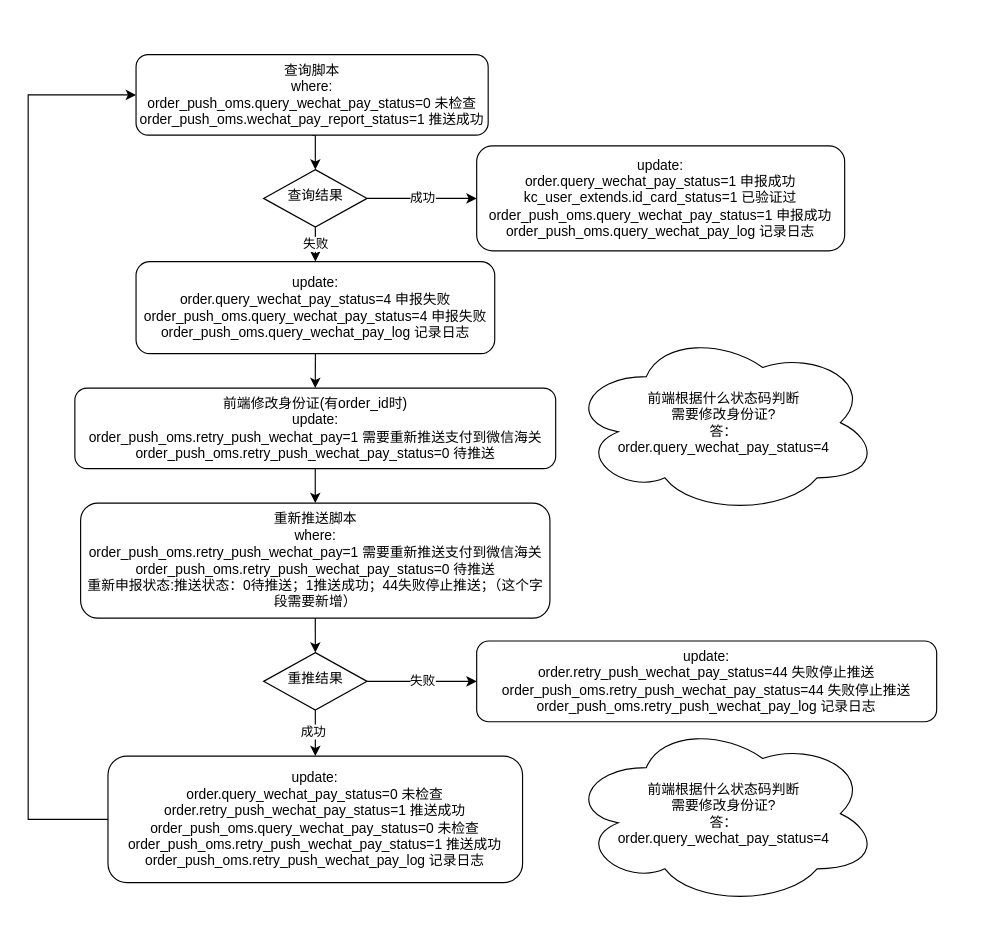
Above: 未命名绘图 的副本.drawio in chenlongqiang/draw.io (draw.io), before the change. Source tidied: cells renumbered, new cells numbered last; positions are measured from the earlier drawing's top-left corner, leaving out a move shared by most shapes. Both pictures are drawn from the tidied source at 115%, with x=0, y=0 at pixel (28, 54).
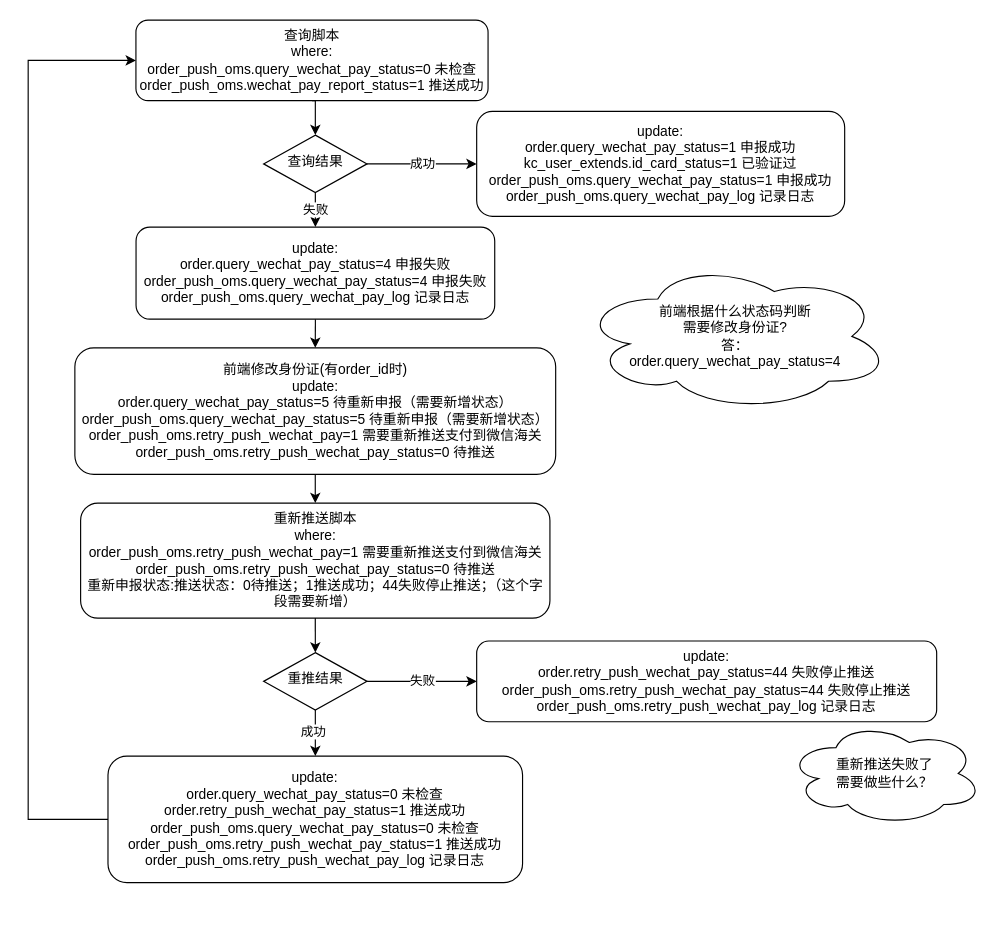
Above is the later version.

Commit message:
更新未命名绘图 的副本.drawio

The change refers to these unchanged cells:
```xml
<mxCell id="13" value="重新推送脚本&lt;br&gt;where:&lt;br&gt;order_push_oms.retry_push_wechat_pay=1&amp;nbsp;需要重新推送支付到微信海关&lt;br&gt;order_push_oms.retry_push_wechat_pay_status=0 待推送&lt;br&gt;重新申报状态:推送状态：0待推送；1推送成功；44失败停止推送；（这个字段需要新增）" style="rounded=1;whiteSpace=wrap;html=1;fontSize=12;glass=0;strokeWidth=1;shadow=0;" parent="1" vertex="1">
  <mxGeometry x="45.6" y="390" width="408.1" height="100" as="geometry" />
</mxCell>
<mxCell id="15" value="update:&lt;br&gt;order.query_wechat_pay_status=0 未检查&lt;br&gt;order.retry_push_wechat_pay_status=1 推送成功&lt;br&gt;order_push_oms.query_wechat_pay_status=0 未检查&lt;br&gt;order_push_oms.retry_push_wechat_pay_status=1 推送成功&lt;br&gt;order_push_oms.retry_push_wechat_pay_log 记录日志" style="rounded=1;whiteSpace=wrap;html=1;fontSize=12;glass=0;strokeWidth=1;shadow=0;" parent="1" vertex="1">
  <mxGeometry x="69.4" y="610" width="360.5" height="110" as="geometry" />
</mxCell>
```

What changed in the source:
```diff
@@
     <mxCell id="3" value="查询脚本&lt;br&gt;where:&lt;br&gt;order_push_oms.query_wechat_pay_status=0 未检查&lt;br&gt;order_push_oms.wechat_pay_report_status=1 推送成功" style="rounded=1;whiteSpace=wrap;html=1;fontSize=12;glass=0;strokeWidth=1;shadow=0;" parent="1" vertex="1">
-      <mxGeometry x="93.8" width="306.2" height="70" as="geometry" />
+      <mxGeometry x="93.7" y="-30" width="306.2" height="70" as="geometry" />
     </mxCell>
@@
     <mxCell id="6" value="查询结果" style="rhombus;whiteSpace=wrap;html=1;shadow=0;fontFamily=Helvetica;fontSize=12;align=center;strokeWidth=1;spacing=6;spacingTop=-4;" parent="1" vertex="1">
-      <mxGeometry x="204.7" y="100" width="90" height="50" as="geometry" />
+      <mxGeometry x="204.7" y="70" width="90" height="50" as="geometry" />
     </mxCell>
     <mxCell id="7" value="update:&lt;br&gt;order.query_wechat_pay_status=1&amp;nbsp;申报成功&lt;br&gt;kc_user_extends.id_card_status=1 已验证过&lt;br&gt;order_push_oms.query_wechat_pay_status=1&amp;nbsp;申报成功&lt;br&gt;order_push_oms.query_wechat_pay_log 记录日志" style="rounded=1;whiteSpace=wrap;html=1;fontSize=12;glass=0;strokeWidth=1;shadow=0;" parent="1" vertex="1">
-      <mxGeometry x="390" y="79.4" width="320" height="91.2" as="geometry" />
+      <mxGeometry x="390" y="49.4" width="320" height="91.2" as="geometry" />
     </mxCell>
-    <mxCell id="8" style="edgeStyle=orthogonalEdgeStyle;rounded=0;jettySize=auto;html=1;exitX=0.5;exitY=1;exitDx=0;exitDy=0;entryX=0.5;entryY=0;entryDx=0;entryDy=0;" parent="1" edge="1" source="9" target="13">
-      <mxGeometry relative="1" as="geometry" />
-    </mxCell>
-    <mxCell id="9" value="前端修改身份证(有order_id时)&lt;br&gt;update:&lt;br&gt;order_push_oms.retry_push_wechat_pay=1&amp;nbsp;需要重新推送支付到微信海关&lt;br&gt;order_push_oms.retry_push_wechat_pay_status=0 待推送" style="rounded=1;whiteSpace=wrap;html=1;fontSize=12;glass=0;strokeWidth=1;shadow=0;" parent="1" vertex="1">
-      <mxGeometry x="40.6" y="290" width="418.1" height="70" as="geometry" />
-    </mxCell>
-    <mxCell id="10" style="edgeStyle=orthogonalEdgeStyle;rounded=0;jettySize=auto;html=1;exitX=0.5;exitY=1;exitDx=0;exitDy=0;entryX=0.5;entryY=0;entryDx=0;entryDy=0;" parent="1" edge="1" source="11" target="9">
-      <mxGeometry relative="1" as="geometry" />
-    </mxCell>
+    <mxCell id="23" style="edgeStyle=orthogonalEdgeStyle;rounded=0;jettySize=auto;html=1;exitX=0.5;exitY=1;exitDx=0;exitDy=0;entryX=0.5;entryY=0;entryDx=0;entryDy=0;" parent="1" edge="1" source="24" target="13">
+      <mxGeometry relative="1" as="geometry" />
+    </mxCell>
+    <mxCell id="24" value="前端修改身份证(有order_id时)&lt;br&gt;update:&lt;br&gt;order.query_wechat_pay_status=5 待重新申报（需要新增状态）&lt;br&gt;order_push_oms.query_wechat_pay_status=5 待重新申报（需要新增状态）&lt;br&gt;order_push_oms.retry_push_wechat_pay=1&amp;nbsp;需要重新推送支付到微信海关&lt;br&gt;order_push_oms.retry_push_wechat_pay_status=0 待推送" style="rounded=1;whiteSpace=wrap;html=1;fontSize=12;glass=0;strokeWidth=1;shadow=0;" parent="1" vertex="1">
+      <mxGeometry x="40.6" y="255" width="418.1" height="110" as="geometry" />
+    </mxCell>
+    <mxCell id="25" style="edgeStyle=orthogonalEdgeStyle;rounded=0;jettySize=auto;html=1;exitX=0.5;exitY=1;exitDx=0;exitDy=0;entryX=0.5;entryY=0;entryDx=0;entryDy=0;" parent="1" edge="1" source="11" target="24">
+      <mxGeometry relative="1" as="geometry" />
+    </mxCell>
     <mxCell id="11" value="update:&lt;br&gt;order.query_wechat_pay_status=4 申报失败&lt;br&gt;order_push_oms.query_wechat_pay_status=4&amp;nbsp;申报失败&lt;br&gt;order_push_oms.query_wechat_pay_log 记录日志" style="rounded=1;whiteSpace=wrap;html=1;fontSize=12;glass=0;strokeWidth=1;shadow=0;" parent="1" vertex="1">
-      <mxGeometry x="93.8" y="180" width="311.9" height="80" as="geometry" />
+      <mxGeometry x="93.8" y="150" width="311.9" height="80" as="geometry" />
     </mxCell>
@@
     <mxCell id="14" style="edgeStyle=orthogonalEdgeStyle;rounded=0;jettySize=auto;html=1;exitX=0;exitY=0.5;exitDx=0;exitDy=0;entryX=0;entryY=0.5;entryDx=0;entryDy=0;" parent="1" edge="1" source="15" target="3">
       <mxGeometry relative="1" as="geometry">
         <Array as="points">
           <mxPoint y="665" />
-          <mxPoint y="35" />
+          <mxPoint y="5" />
         </Array>
       </mxGeometry>
     </mxCell>
@@
-    <mxCell id="21" value="前端根据什么状态码判断&lt;br&gt;需要修改身份证?&lt;br&gt;答：&lt;br&gt;order.query_wechat_pay_status=4" style="ellipse;shape=cloud;whiteSpace=wrap;html=1;" parent="1" vertex="1">
-      <mxGeometry x="470" y="240" width="270" height="160" as="geometry" />
-    </mxCell>
-    <mxCell id="22" value="前端根据什么状态码判断&lt;br&gt;需要修改身份证?&lt;br&gt;答：&lt;br&gt;order.query_wechat_pay_status=4" style="ellipse;shape=cloud;whiteSpace=wrap;html=1;" parent="1" vertex="1">
-      <mxGeometry x="470" y="580" width="270" height="160" as="geometry" />
-    </mxCell>
+    <mxCell id="26" value="前端根据什么状态码判断&lt;br&gt;需要修改身份证?&lt;br&gt;答：&lt;br&gt;order.query_wechat_pay_status=4" style="ellipse;shape=cloud;whiteSpace=wrap;html=1;" parent="1" vertex="1">
+      <mxGeometry x="480" y="180" width="270" height="130" as="geometry" />
+    </mxCell>
+    <mxCell id="27" value="重新推送失败了&lt;br&gt;需要做些什么？" style="ellipse;shape=cloud;whiteSpace=wrap;html=1;" parent="1" vertex="1">
+      <mxGeometry x="660" y="580.1" width="170" height="90" as="geometry" />
+    </mxCell>
```
